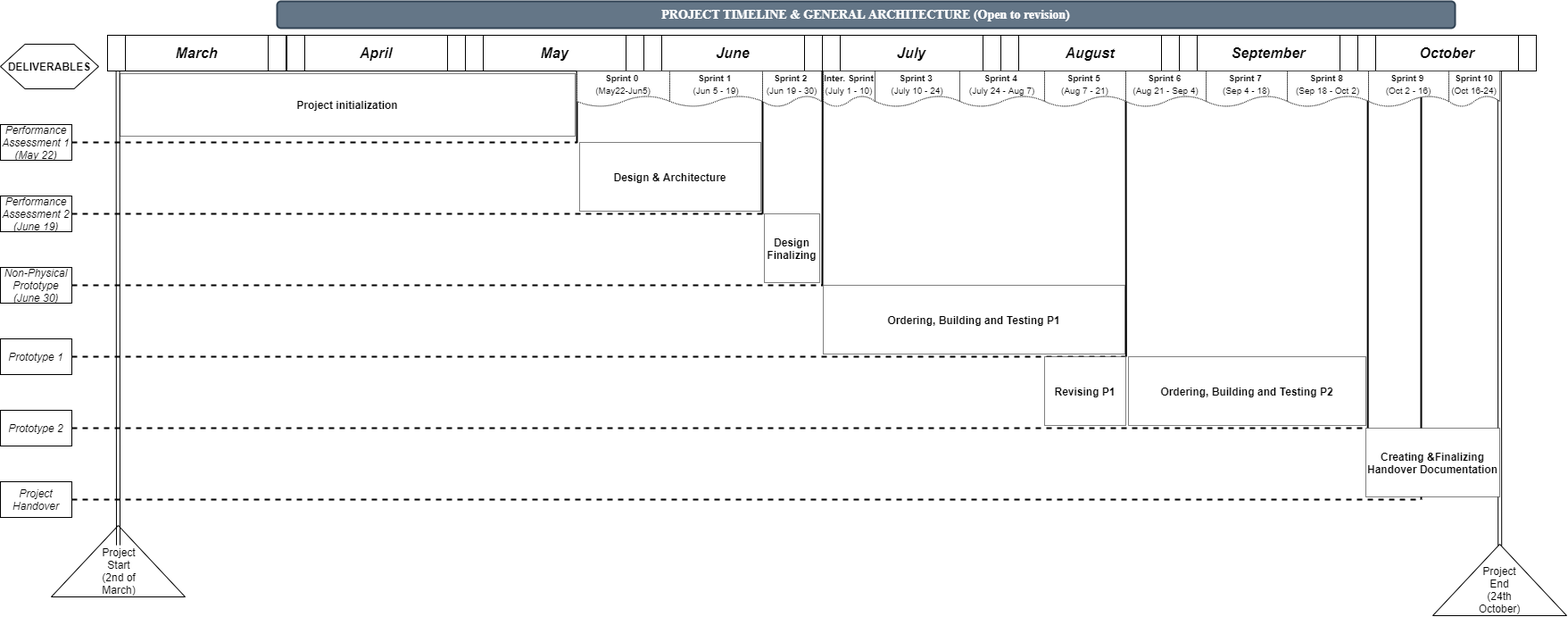
This is architecture_design/project_architecture/Project Timeline.png from scottzach1/Project-Beans, a draw.io export, as it was before one commit. Source tidied: cells renumbered, new cells last; positions are measured from the earlier drawing's top-left corner, leaving out a move shared by most shapes.
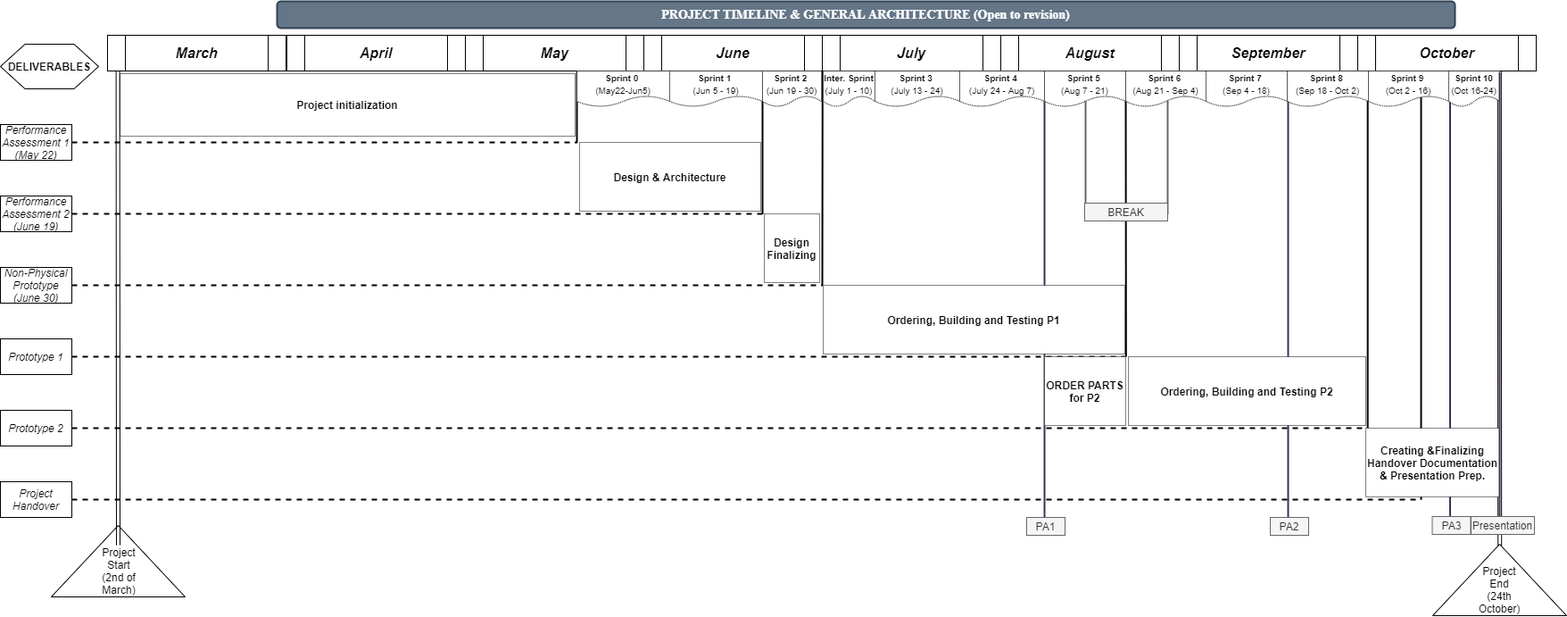
Above is the later version.

The edit, as a diff of the source:
```diff
@@ -2,6 +2,36 @@
   <root>
     <mxCell id="0" />
     <mxCell id="1" parent="0" />
+    <mxCell id="56" style="endArrow=none;html=1;entryX=0.445;entryY=1.05;entryDx=0;entryDy=0;entryPerimeter=0;strokeWidth=2;fillColor=#76608a;strokeColor=#432D57;" parent="1" edge="1">
+      <mxGeometry relative="1" as="geometry">
+        <mxPoint x="1443" y="578" as="sourcePoint" />
+        <mxPoint x="1443" y="81" as="targetPoint" />
+      </mxGeometry>
+    </mxCell>
+    <mxCell id="57" style="endArrow=none;html=1;entryX=0.445;entryY=1.05;entryDx=0;entryDy=0;entryPerimeter=0;strokeWidth=2;fillColor=#76608a;strokeColor=#432D57;" parent="1" edge="1">
+      <mxGeometry relative="1" as="geometry">
+        <mxPoint x="1624.5" y="577" as="sourcePoint" />
+        <mxPoint x="1624.5" y="80" as="targetPoint" />
+      </mxGeometry>
+    </mxCell>
+    <mxCell id="58" style="endArrow=none;html=1;entryX=0.445;entryY=1.05;entryDx=0;entryDy=0;entryPerimeter=0;strokeWidth=2;fillColor=#76608a;strokeColor=#432D57;" parent="1" edge="1">
+      <mxGeometry relative="1" as="geometry">
+        <mxPoint x="1170" y="578" as="sourcePoint" />
+        <mxPoint x="1170" y="81" as="targetPoint" />
+      </mxGeometry>
+    </mxCell>
+    <mxCell id="59" style="endArrow=none;html=1;entryX=0.445;entryY=1.05;entryDx=0;entryDy=0;entryPerimeter=0;strokeWidth=2;fillColor=#f5f5f5;strokeColor=#666666;" parent="1" edge="1">
+      <mxGeometry relative="1" as="geometry">
+        <mxPoint x="1216" y="238" as="sourcePoint" />
+        <mxPoint x="1216" y="78" as="targetPoint" />
+      </mxGeometry>
+    </mxCell>
+    <mxCell id="60" style="endArrow=none;html=1;entryX=0.445;entryY=1.05;entryDx=0;entryDy=0;entryPerimeter=0;strokeWidth=2;fillColor=#f5f5f5;strokeColor=#666666;" parent="1" edge="1">
+      <mxGeometry relative="1" as="geometry">
+        <mxPoint x="1308" y="238" as="sourcePoint" />
+        <mxPoint x="1308" y="78" as="targetPoint" />
+      </mxGeometry>
+    </mxCell>
     <mxCell id="2" style="endArrow=none;html=1;entryX=0.445;entryY=1.05;entryDx=0;entryDy=0;entryPerimeter=0;strokeWidth=2;" parent="1" edge="1">
       <mxGeometry relative="1" as="geometry">
         <mxPoint x="854" y="238" as="sourcePoint" />
@@ -151,7 +181,7 @@
     <mxCell id="37" value="&lt;span style=&quot;font-size: 10px&quot;&gt;&lt;b&gt;Inter.&amp;nbsp;&lt;/b&gt;&lt;/span&gt;&lt;b style=&quot;font-size: 10px&quot;&gt;Sprint&lt;/b&gt;&lt;span style=&quot;font-size: 10px&quot;&gt;&lt;b&gt;&lt;br&gt;&lt;/b&gt;&lt;/span&gt;&lt;span style=&quot;font-size: 10px&quot;&gt;(July 1 - 10)&lt;/span&gt;" style="shape=document;whiteSpace=wrap;html=1;boundedLbl=1;dashed=1;dashPattern=1 1;" parent="1" vertex="1">
       <mxGeometry x="922" y="78" width="58" height="40" as="geometry" />
     </mxCell>
-    <mxCell id="38" value="&lt;b style=&quot;font-size: 10px&quot;&gt;Sprint 3&amp;nbsp;&lt;br&gt;&lt;/b&gt;&lt;span style=&quot;font-size: 10px&quot;&gt;(July 10 - 24)&lt;/span&gt;" style="shape=document;whiteSpace=wrap;html=1;boundedLbl=1;dashed=1;dashPattern=1 1;" parent="1" vertex="1">
+    <mxCell id="38" value="&lt;b style=&quot;font-size: 10px&quot;&gt;Sprint 3&amp;nbsp;&lt;br&gt;&lt;/b&gt;&lt;span style=&quot;font-size: 10px&quot;&gt;(July 13 - 24)&lt;/span&gt;" style="shape=document;whiteSpace=wrap;html=1;boundedLbl=1;dashed=1;dashPattern=1 1;" parent="1" vertex="1">
       <mxGeometry x="980" y="78" width="95" height="40" as="geometry" />
     </mxCell>
     <mxCell id="39" value="&lt;b style=&quot;font-size: 10px&quot;&gt;Sprint 4&amp;nbsp;&lt;br&gt;&lt;/b&gt;&lt;span style=&quot;font-size: 10px&quot;&gt;(July 24 - Aug 7)&lt;/span&gt;" style="shape=document;whiteSpace=wrap;html=1;boundedLbl=1;dashed=1;dashPattern=1 1;" parent="1" vertex="1">
@@ -196,14 +226,35 @@
     <mxCell id="52" value="Ordering, Building and Testing P2" style="rounded=0;whiteSpace=wrap;html=1;dashed=1;dashPattern=1 1;strokeColor=#000000;fontSize=12;fontStyle=1;" parent="1" vertex="1">
       <mxGeometry x="1264" y="398" width="266" height="77" as="geometry" />
     </mxCell>
-    <mxCell id="53" value="Revising P1" style="rounded=0;whiteSpace=wrap;html=1;dashed=1;dashPattern=1 1;strokeColor=#000000;fontSize=12;fontStyle=1;" parent="1" vertex="1">
+    <mxCell id="53" value="ORDER PARTS for P2" style="rounded=0;whiteSpace=wrap;html=1;dashed=1;dashPattern=1 1;strokeColor=#000000;fontSize=12;fontStyle=1;" parent="1" vertex="1">
       <mxGeometry x="1170" y="398" width="91" height="77" as="geometry" />
     </mxCell>
-    <mxCell id="54" value="Creating &amp;amp;Finalizing Handover Documentation" style="rounded=0;whiteSpace=wrap;html=1;dashed=1;dashPattern=1 1;strokeColor=#000000;fontSize=12;fontStyle=1;" parent="1" vertex="1">
+    <mxCell id="54" value="Creating &amp;amp;Finalizing Handover Documentation &amp;amp; Presentation Prep." style="rounded=0;whiteSpace=wrap;html=1;dashed=1;dashPattern=1 1;strokeColor=#000000;fontSize=12;fontStyle=1;" parent="1" vertex="1">
       <mxGeometry x="1530" y="478" width="150" height="77" as="geometry" />
     </mxCell>
     <mxCell id="55" value="&lt;font face=&quot;Times New Roman&quot;&gt;PROJECT TIMELINE &amp;amp; GENERAL ARCHITECTURE (Open to revision)&lt;/font&gt;" style="rounded=1;whiteSpace=wrap;html=1;strokeColor=#314354;fillColor=#647687;fontSize=14;strokeWidth=2;fontColor=#ffffff;fontStyle=1;" parent="1" vertex="1">
       <mxGeometry x="310" width="1320" height="30" as="geometry" />
     </mxCell>
+    <mxCell id="61" value="BREAK" style="text;html=1;strokeColor=#666666;fillColor=#f5f5f5;align=center;verticalAlign=middle;whiteSpace=wrap;rounded=0;fontColor=#333333;" parent="1" vertex="1">
+      <mxGeometry x="1215" y="226" width="93" height="20" as="geometry" />
+    </mxCell>
+    <mxCell id="62" value="PA1" style="text;html=1;strokeColor=#666666;fillColor=#f5f5f5;align=center;verticalAlign=middle;whiteSpace=wrap;rounded=0;fontColor=#333333;" parent="1" vertex="1">
+      <mxGeometry x="1150" y="578" width="43" height="20" as="geometry" />
+    </mxCell>
+    <mxCell id="63" value="PA2" style="text;html=1;strokeColor=#666666;fillColor=#f5f5f5;align=center;verticalAlign=middle;whiteSpace=wrap;rounded=0;fontColor=#333333;" parent="1" vertex="1">
+      <mxGeometry x="1423" y="578" width="43" height="20" as="geometry" />
+    </mxCell>
+    <mxCell id="64" value="PA3" style="text;html=1;strokeColor=#666666;fillColor=#f5f5f5;align=center;verticalAlign=middle;whiteSpace=wrap;rounded=0;fontColor=#333333;" parent="1" vertex="1">
+      <mxGeometry x="1604.5" y="577" width="43" height="20" as="geometry" />
+    </mxCell>
+    <mxCell id="65" style="endArrow=none;html=1;entryX=0.445;entryY=1.05;entryDx=0;entryDy=0;entryPerimeter=0;strokeWidth=2;fillColor=#76608a;strokeColor=#432D57;" parent="1" edge="1">
+      <mxGeometry relative="1" as="geometry">
+        <mxPoint x="1680" y="577" as="sourcePoint" />
+        <mxPoint x="1680" y="80" as="targetPoint" />
+      </mxGeometry>
+    </mxCell>
+    <mxCell id="66" value="Presentation" style="text;html=1;strokeColor=#666666;fillColor=#f5f5f5;align=center;verticalAlign=middle;whiteSpace=wrap;rounded=0;fontColor=#333333;" parent="1" vertex="1">
+      <mxGeometry x="1648" y="577" width="71" height="20" as="geometry" />
+    </mxCell>
   </root>
 </mxGraphModel>
```
